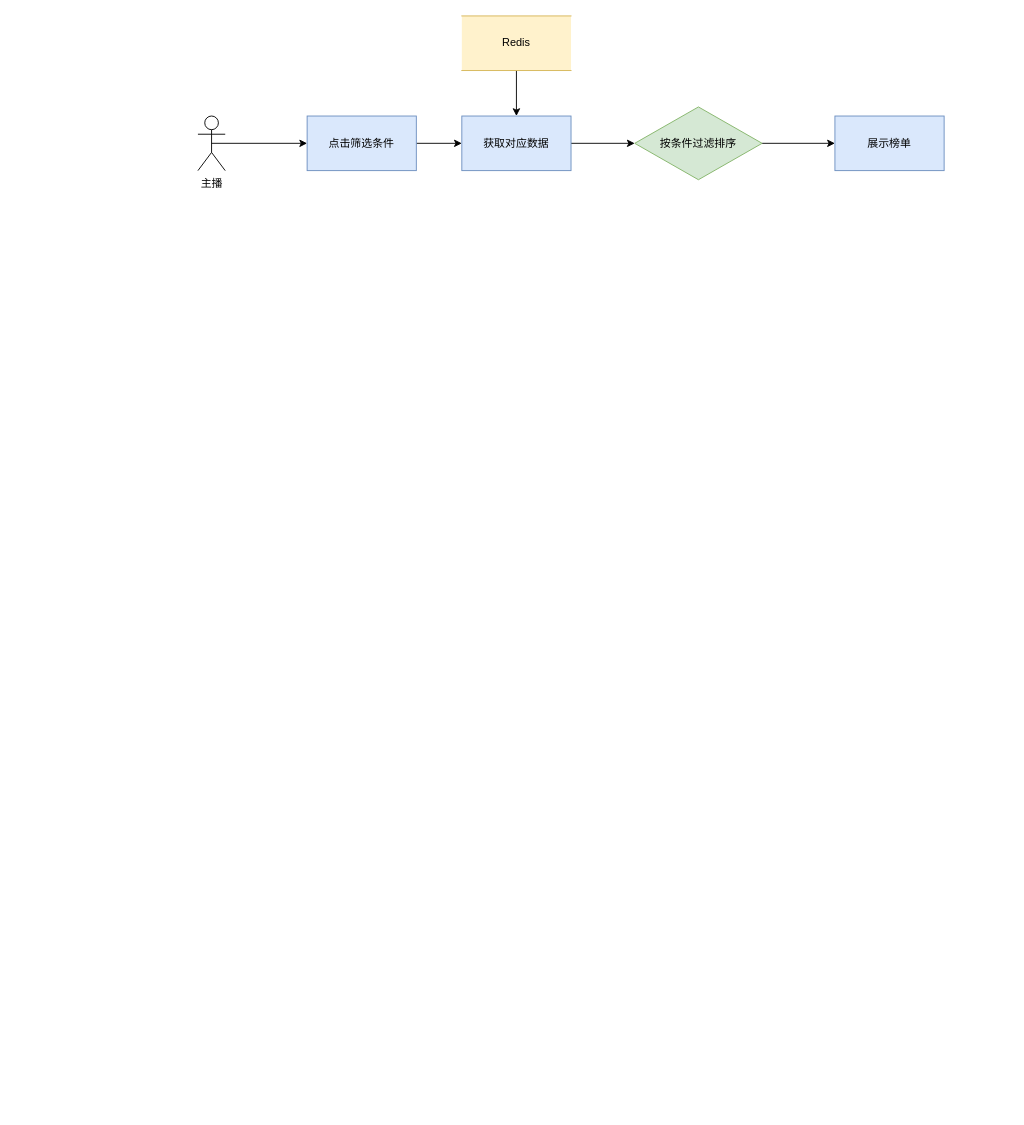
The draw.io diagram 主播工具升级.drawio in fengyn1218/draw-pic, before the edit. Source tidied: cells renumbered, new cells numbered last; positions are measured from the earlier drawing's top-left corner, leaving out a move shared by most shapes. Both pictures are drawn from the tidied source at 91%, with x=0, y=0 at pixel (197, 15).
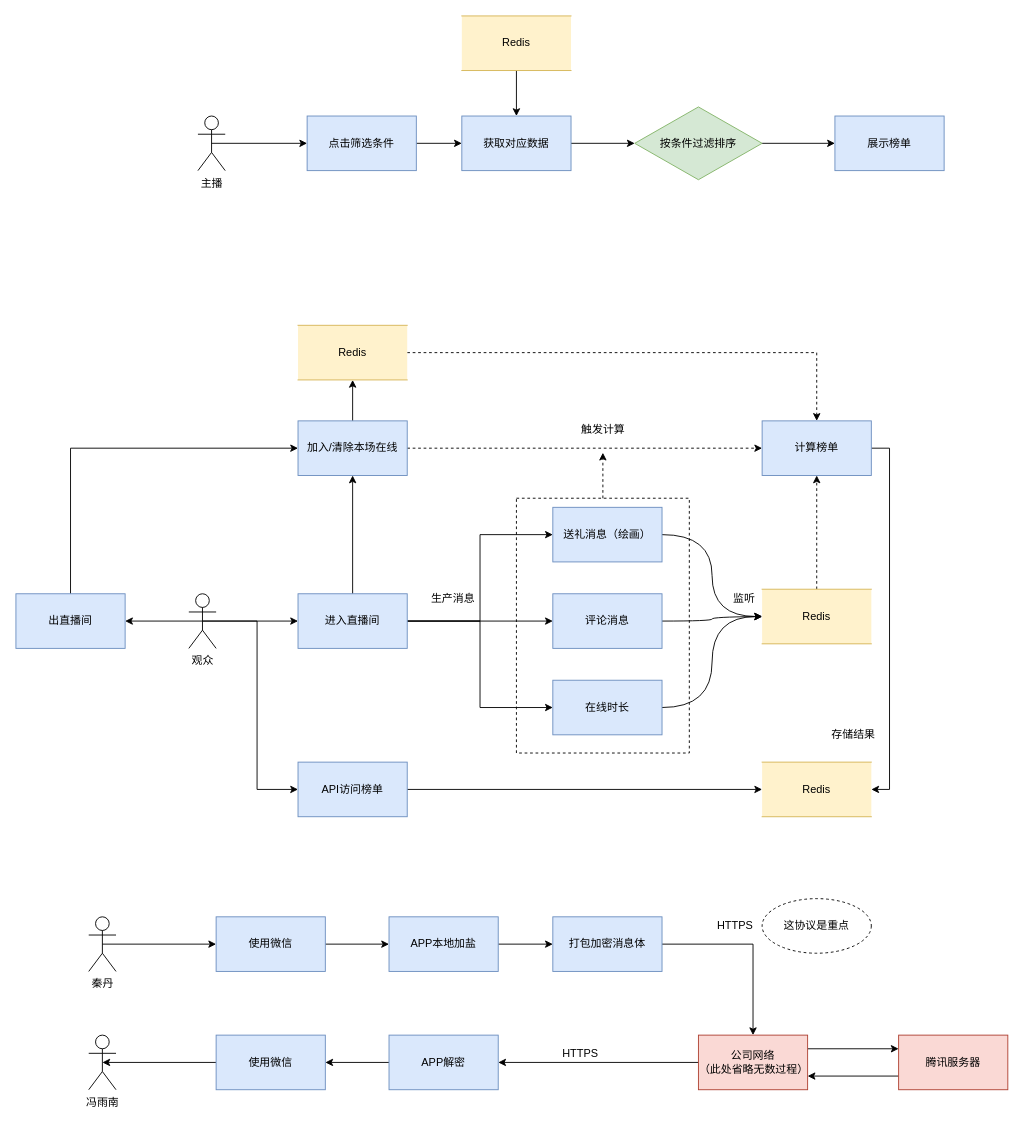
After the change.

Commit message:
更新主播工具升级.drawio

What changed in the source:
```diff
@@
+    <mxCell id="13" style="edgeStyle=orthogonalEdgeStyle;rounded=0;jettySize=auto;html=1;exitX=0.5;exitY=0;exitDx=0;exitDy=0;entryX=0.5;entryY=1;entryDx=0;entryDy=0;dashed=1;" parent="1" edge="1" source="14" target="38">
+      <mxGeometry relative="1" as="geometry" />
+    </mxCell>
+    <mxCell id="14" value="Redis" style="shape=partialRectangle;whiteSpace=wrap;html=1;left=0;right=0;fillColor=#fff2cc;strokeColor=#d6b656;" parent="1" vertex="1">
+      <mxGeometry x="620" y="630" width="120" height="60" as="geometry" />
+    </mxCell>
+    <mxCell id="15" style="edgeStyle=orthogonalEdgeStyle;jettySize=auto;html=1;exitX=1;exitY=0.5;exitDx=0;exitDy=0;entryX=0;entryY=0.5;entryDx=0;entryDy=0;curved=1;" parent="1" edge="1" source="16" target="14">
+      <mxGeometry relative="1" as="geometry" />
+    </mxCell>
+    <mxCell id="16" value="送礼消息（绘画）" style="rounded=0;whiteSpace=wrap;html=1;fillColor=#dae8fc;strokeColor=#6c8ebf;" parent="1" vertex="1">
+      <mxGeometry x="390" y="540" width="120" height="60" as="geometry" />
+    </mxCell>
+    <mxCell id="17" style="edgeStyle=orthogonalEdgeStyle;curved=1;jettySize=auto;html=1;exitX=1;exitY=0.5;exitDx=0;exitDy=0;" parent="1" edge="1" source="18">
+      <mxGeometry relative="1" as="geometry">
+        <mxPoint x="620" y="660" as="targetPoint" />
+      </mxGeometry>
+    </mxCell>
+    <mxCell id="18" value="评论消息" style="rounded=0;whiteSpace=wrap;html=1;fillColor=#dae8fc;strokeColor=#6c8ebf;" parent="1" vertex="1">
+      <mxGeometry x="390" y="635" width="120" height="60" as="geometry" />
+    </mxCell>
+    <mxCell id="19" style="edgeStyle=orthogonalEdgeStyle;curved=1;jettySize=auto;html=1;exitX=1;exitY=0.5;exitDx=0;exitDy=0;entryX=0;entryY=0.5;entryDx=0;entryDy=0;" parent="1" edge="1" source="20" target="14">
+      <mxGeometry relative="1" as="geometry" />
+    </mxCell>
+    <mxCell id="20" value="在线时长" style="rounded=0;whiteSpace=wrap;html=1;fillColor=#dae8fc;strokeColor=#6c8ebf;" parent="1" vertex="1">
+      <mxGeometry x="390" y="730" width="120" height="60" as="geometry" />
+    </mxCell>
+    <mxCell id="21" value="监听" style="text;html=1;align=center;verticalAlign=middle;strokeColor=none;fillColor=none;" parent="1" vertex="1">
+      <mxGeometry x="580" y="630" width="40" height="20" as="geometry" />
+    </mxCell>
+    <mxCell id="22" style="edgeStyle=orthogonalEdgeStyle;jettySize=auto;html=1;exitX=0.5;exitY=0.5;exitDx=0;exitDy=0;exitPerimeter=0;entryX=0;entryY=0.5;entryDx=0;entryDy=0;rounded=0;" parent="1" edge="1" source="25" target="30">
+      <mxGeometry relative="1" as="geometry" />
+    </mxCell>
+    <mxCell id="23" style="edgeStyle=orthogonalEdgeStyle;rounded=0;jettySize=auto;html=1;exitX=0.5;exitY=0.5;exitDx=0;exitDy=0;exitPerimeter=0;entryX=0;entryY=0.5;entryDx=0;entryDy=0;" parent="1" edge="1" source="25" target="41">
+      <mxGeometry relative="1" as="geometry" />
+    </mxCell>
+    <mxCell id="24" style="edgeStyle=orthogonalEdgeStyle;rounded=0;jettySize=auto;html=1;exitX=0.5;exitY=0.5;exitDx=0;exitDy=0;exitPerimeter=0;entryX=1;entryY=0.5;entryDx=0;entryDy=0;" parent="1" edge="1" source="25" target="46">
+      <mxGeometry relative="1" as="geometry" />
+    </mxCell>
+    <mxCell id="25" value="观众" style="shape=umlActor;verticalLabelPosition=bottom;verticalAlign=top;html=1;outlineConnect=0;" parent="1" vertex="1">
+      <mxGeometry x="-10" y="635" width="30" height="60" as="geometry" />
+    </mxCell>
+    <mxCell id="26" style="edgeStyle=orthogonalEdgeStyle;rounded=0;jettySize=auto;html=1;exitX=1;exitY=0.5;exitDx=0;exitDy=0;entryX=0;entryY=0.5;entryDx=0;entryDy=0;" parent="1" edge="1" source="30" target="16">
+      <mxGeometry relative="1" as="geometry" />
+    </mxCell>
+    <mxCell id="27" style="edgeStyle=orthogonalEdgeStyle;rounded=0;jettySize=auto;html=1;exitX=1;exitY=0.5;exitDx=0;exitDy=0;entryX=0;entryY=0.5;entryDx=0;entryDy=0;" parent="1" edge="1" source="30" target="18">
+      <mxGeometry relative="1" as="geometry" />
+    </mxCell>
+    <mxCell id="28" style="edgeStyle=orthogonalEdgeStyle;rounded=0;jettySize=auto;html=1;exitX=1;exitY=0.5;exitDx=0;exitDy=0;entryX=0;entryY=0.5;entryDx=0;entryDy=0;" parent="1" edge="1" source="30" target="20">
+      <mxGeometry relative="1" as="geometry" />
+    </mxCell>
+    <mxCell id="29" style="edgeStyle=orthogonalEdgeStyle;rounded=0;jettySize=auto;html=1;exitX=0.5;exitY=0;exitDx=0;exitDy=0;entryX=0.5;entryY=1;entryDx=0;entryDy=0;" parent="1" edge="1" source="30" target="34">
+      <mxGeometry relative="1" as="geometry" />
+    </mxCell>
+    <mxCell id="30" value="进入直播间" style="rounded=0;whiteSpace=wrap;html=1;fillColor=#dae8fc;strokeColor=#6c8ebf;" parent="1" vertex="1">
+      <mxGeometry x="110" y="635" width="120" height="60" as="geometry" />
+    </mxCell>
+    <mxCell id="31" value="生产消息" style="text;html=1;align=center;verticalAlign=middle;strokeColor=none;fillColor=none;" parent="1" vertex="1">
+      <mxGeometry x="250" y="630" width="60" height="20" as="geometry" />
+    </mxCell>
+    <mxCell id="32" style="edgeStyle=orthogonalEdgeStyle;rounded=0;jettySize=auto;html=1;exitX=0.5;exitY=0;exitDx=0;exitDy=0;entryX=0.5;entryY=1;entryDx=0;entryDy=0;" parent="1" edge="1" source="34" target="36">
+      <mxGeometry relative="1" as="geometry" />
+    </mxCell>
+    <mxCell id="33" style="edgeStyle=orthogonalEdgeStyle;rounded=0;jettySize=auto;html=1;exitX=1;exitY=0.5;exitDx=0;exitDy=0;entryX=0;entryY=0.5;entryDx=0;entryDy=0;dashed=1;" parent="1" edge="1" source="34" target="38">
+      <mxGeometry relative="1" as="geometry" />
+    </mxCell>
+    <mxCell id="34" value="加入/清除本场在线" style="rounded=0;whiteSpace=wrap;html=1;fillColor=#dae8fc;strokeColor=#6c8ebf;" parent="1" vertex="1">
+      <mxGeometry x="110" y="445" width="120" height="60" as="geometry" />
+    </mxCell>
+    <mxCell id="35" style="edgeStyle=orthogonalEdgeStyle;rounded=0;jettySize=auto;html=1;exitX=1;exitY=0.5;exitDx=0;exitDy=0;entryX=0.5;entryY=0;entryDx=0;entryDy=0;dashed=1;" parent="1" edge="1" source="36" target="38">
+      <mxGeometry relative="1" as="geometry" />
+    </mxCell>
+    <mxCell id="36" value="Redis" style="shape=partialRectangle;whiteSpace=wrap;html=1;left=0;right=0;fillColor=#fff2cc;strokeColor=#d6b656;" parent="1" vertex="1">
+      <mxGeometry x="110" y="340" width="120" height="60" as="geometry" />
+    </mxCell>
+    <mxCell id="37" style="edgeStyle=orthogonalEdgeStyle;rounded=0;jettySize=auto;html=1;exitX=1;exitY=0.5;exitDx=0;exitDy=0;entryX=1;entryY=0.5;entryDx=0;entryDy=0;" parent="1" edge="1" source="38" target="42">
+      <mxGeometry relative="1" as="geometry" />
+    </mxCell>
+    <mxCell id="38" value="计算榜单" style="rounded=0;whiteSpace=wrap;html=1;fillColor=#dae8fc;strokeColor=#6c8ebf;" parent="1" vertex="1">
+      <mxGeometry x="620" y="445" width="120" height="60" as="geometry" />
+    </mxCell>
+    <mxCell id="39" value="触发计算" style="text;html=1;align=center;verticalAlign=middle;strokeColor=none;fillColor=none;" parent="1" vertex="1">
+      <mxGeometry x="415" y="445" width="60" height="20" as="geometry" />
+    </mxCell>
+    <mxCell id="40" style="edgeStyle=orthogonalEdgeStyle;rounded=0;jettySize=auto;html=1;exitX=1;exitY=0.5;exitDx=0;exitDy=0;entryX=0;entryY=0.5;entryDx=0;entryDy=0;" parent="1" edge="1" source="41" target="42">
+      <mxGeometry relative="1" as="geometry" />
+    </mxCell>
+    <mxCell id="41" value="API访问榜单" style="rounded=0;whiteSpace=wrap;html=1;fillColor=#dae8fc;strokeColor=#6c8ebf;" parent="1" vertex="1">
+      <mxGeometry x="110" y="820" width="120" height="60" as="geometry" />
+    </mxCell>
+    <mxCell id="42" value="Redis" style="shape=partialRectangle;whiteSpace=wrap;html=1;left=0;right=0;fillColor=#fff2cc;strokeColor=#d6b656;" parent="1" vertex="1">
+      <mxGeometry x="620" y="820" width="120" height="60" as="geometry" />
+    </mxCell>
+    <mxCell id="43" style="edgeStyle=orthogonalEdgeStyle;rounded=0;jettySize=auto;html=1;exitX=0.5;exitY=0;exitDx=0;exitDy=0;dashed=1;" parent="1" edge="1" source="44">
+      <mxGeometry relative="1" as="geometry">
+        <mxPoint x="445" y="480" as="targetPoint" />
+      </mxGeometry>
+    </mxCell>
+    <mxCell id="44" style="rounded=0;whiteSpace=wrap;html=1;fillColor=none;dashed=1;" parent="1" vertex="1">
+      <mxGeometry x="350" y="530" width="190" height="280" as="geometry" />
+    </mxCell>
+    <mxCell id="45" style="edgeStyle=orthogonalEdgeStyle;rounded=0;jettySize=auto;html=1;exitX=0.5;exitY=0;exitDx=0;exitDy=0;entryX=0;entryY=0.5;entryDx=0;entryDy=0;" parent="1" edge="1" source="46" target="34">
+      <mxGeometry relative="1" as="geometry" />
+    </mxCell>
+    <mxCell id="46" value="出直播间" style="rounded=0;whiteSpace=wrap;html=1;fillColor=#dae8fc;strokeColor=#6c8ebf;" parent="1" vertex="1">
+      <mxGeometry x="-200" y="635" width="120" height="60" as="geometry" />
+    </mxCell>
+    <mxCell id="47" value="存储结果" style="text;html=1;align=center;verticalAlign=middle;strokeColor=none;fillColor=none;" parent="1" vertex="1">
+      <mxGeometry x="690" y="780" width="60" height="20" as="geometry" />
+    </mxCell>
+    <mxCell id="48" style="edgeStyle=orthogonalEdgeStyle;rounded=0;jettySize=auto;html=1;exitX=0.5;exitY=0.5;exitDx=0;exitDy=0;exitPerimeter=0;entryX=0;entryY=0.5;entryDx=0;entryDy=0;" parent="1" edge="1" source="49" target="51">
+      <mxGeometry relative="1" as="geometry" />
+    </mxCell>
+    <mxCell id="49" value="秦丹" style="shape=umlActor;verticalLabelPosition=bottom;verticalAlign=top;html=1;outlineConnect=0;" parent="1" vertex="1">
+      <mxGeometry x="-120" y="990" width="30" height="60" as="geometry" />
+    </mxCell>
+    <mxCell id="50" style="edgeStyle=orthogonalEdgeStyle;rounded=0;jettySize=auto;html=1;exitX=1;exitY=0.5;exitDx=0;exitDy=0;entryX=0;entryY=0.5;entryDx=0;entryDy=0;" parent="1" edge="1" source="51" target="56">
+      <mxGeometry relative="1" as="geometry" />
+    </mxCell>
+    <mxCell id="51" value="使用微信" style="rounded=0;whiteSpace=wrap;html=1;fillColor=#dae8fc;strokeColor=#6c8ebf;" parent="1" vertex="1">
+      <mxGeometry x="20" y="990" width="120" height="60" as="geometry" />
+    </mxCell>
+    <mxCell id="52" style="edgeStyle=orthogonalEdgeStyle;rounded=0;jettySize=auto;html=1;exitX=0;exitY=0.75;exitDx=0;exitDy=0;entryX=1;entryY=0.75;entryDx=0;entryDy=0;" parent="1" edge="1" source="53" target="61">
+      <mxGeometry relative="1" as="geometry" />
+    </mxCell>
+    <mxCell id="53" value="腾讯服务器" style="rounded=0;whiteSpace=wrap;html=1;fillColor=#fad9d5;strokeColor=#ae4132;" parent="1" vertex="1">
+      <mxGeometry x="770" y="1120" width="120" height="60" as="geometry" />
+    </mxCell>
+    <mxCell id="54" value="冯雨南" style="shape=umlActor;verticalLabelPosition=bottom;verticalAlign=top;html=1;outlineConnect=0;" parent="1" vertex="1">
+      <mxGeometry x="-120" y="1120" width="30" height="60" as="geometry" />
+    </mxCell>
+    <mxCell id="55" style="edgeStyle=orthogonalEdgeStyle;rounded=0;jettySize=auto;html=1;exitX=1;exitY=0.5;exitDx=0;exitDy=0;entryX=0;entryY=0.5;entryDx=0;entryDy=0;" parent="1" edge="1" source="56" target="58">
+      <mxGeometry relative="1" as="geometry" />
+    </mxCell>
+    <mxCell id="56" value="APP本地加盐" style="rounded=0;whiteSpace=wrap;html=1;fillColor=#dae8fc;strokeColor=#6c8ebf;" parent="1" vertex="1">
+      <mxGeometry x="210" y="990" width="120" height="60" as="geometry" />
+    </mxCell>
+    <mxCell id="57" style="edgeStyle=orthogonalEdgeStyle;rounded=0;jettySize=auto;html=1;exitX=1;exitY=0.5;exitDx=0;exitDy=0;entryX=0.5;entryY=0;entryDx=0;entryDy=0;" parent="1" edge="1" source="58" target="61">
+      <mxGeometry relative="1" as="geometry" />
+    </mxCell>
+    <mxCell id="58" value="打包加密消息体" style="rounded=0;whiteSpace=wrap;html=1;fillColor=#dae8fc;strokeColor=#6c8ebf;" parent="1" vertex="1">
+      <mxGeometry x="390" y="990" width="120" height="60" as="geometry" />
+    </mxCell>
+    <mxCell id="59" style="edgeStyle=orthogonalEdgeStyle;rounded=0;jettySize=auto;html=1;exitX=1;exitY=0.25;exitDx=0;exitDy=0;entryX=0;entryY=0.25;entryDx=0;entryDy=0;" parent="1" edge="1" source="61" target="53">
+      <mxGeometry relative="1" as="geometry" />
+    </mxCell>
+    <mxCell id="60" style="edgeStyle=orthogonalEdgeStyle;rounded=0;jettySize=auto;html=1;exitX=0;exitY=0.5;exitDx=0;exitDy=0;entryX=1;entryY=0.5;entryDx=0;entryDy=0;" parent="1" edge="1" source="61" target="67">
+      <mxGeometry relative="1" as="geometry" />
+    </mxCell>
+    <mxCell id="61" value="公司网络&lt;br&gt;（此处省略无数过程）" style="rounded=0;whiteSpace=wrap;html=1;fillColor=#fad9d5;strokeColor=#ae4132;" parent="1" vertex="1">
+      <mxGeometry x="550" y="1120" width="120" height="60" as="geometry" />
+    </mxCell>
+    <mxCell id="62" value="HTTPS" style="text;html=1;align=center;verticalAlign=middle;strokeColor=none;fillColor=none;" parent="1" vertex="1">
+      <mxGeometry x="560" y="990" width="60" height="20" as="geometry" />
+    </mxCell>
+    <mxCell id="63" value="这协议是重点" style="ellipse;whiteSpace=wrap;html=1;dashed=1;" parent="1" vertex="1">
+      <mxGeometry x="620" y="970" width="120" height="60" as="geometry" />
+    </mxCell>
+    <mxCell id="64" style="edgeStyle=orthogonalEdgeStyle;rounded=0;jettySize=auto;html=1;exitX=0;exitY=0.5;exitDx=0;exitDy=0;entryX=0.5;entryY=0.5;entryDx=0;entryDy=0;entryPerimeter=0;" parent="1" edge="1" source="65" target="54">
+      <mxGeometry relative="1" as="geometry" />
+    </mxCell>
+    <mxCell id="65" value="使用微信" style="rounded=0;whiteSpace=wrap;html=1;fillColor=#dae8fc;strokeColor=#6c8ebf;" parent="1" vertex="1">
+      <mxGeometry x="20" y="1120" width="120" height="60" as="geometry" />
+    </mxCell>
+    <mxCell id="66" style="edgeStyle=orthogonalEdgeStyle;rounded=0;jettySize=auto;html=1;exitX=0;exitY=0.5;exitDx=0;exitDy=0;entryX=1;entryY=0.5;entryDx=0;entryDy=0;" parent="1" edge="1" source="67" target="65">
+      <mxGeometry relative="1" as="geometry" />
+    </mxCell>
+    <mxCell id="67" value="APP解密" style="rounded=0;whiteSpace=wrap;html=1;fillColor=#dae8fc;strokeColor=#6c8ebf;" parent="1" vertex="1">
+      <mxGeometry x="210" y="1120" width="120" height="60" as="geometry" />
+    </mxCell>
+    <mxCell id="68" value="HTTPS" style="text;html=1;align=center;verticalAlign=middle;strokeColor=none;fillColor=none;" parent="1" vertex="1">
+      <mxGeometry x="390" y="1130" width="60" height="20" as="geometry" />
+    </mxCell>
```
